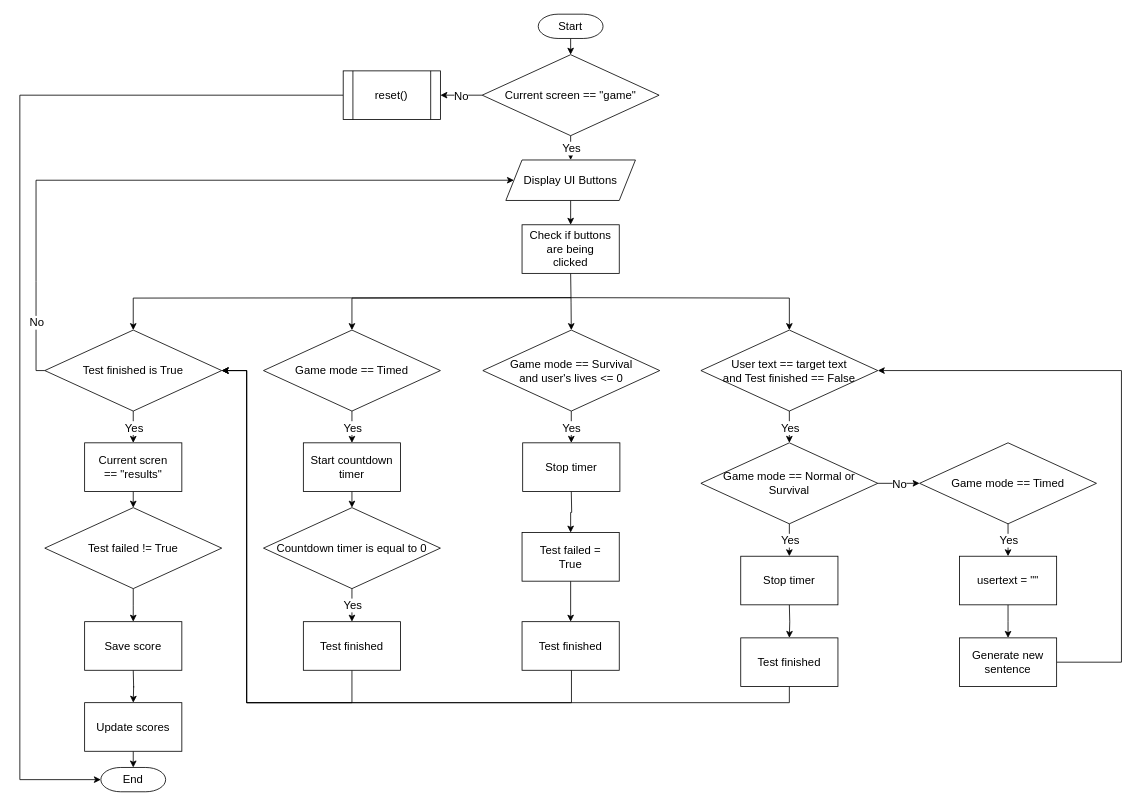
Above: diagrams/algorithms/testElementsAlgo.drawio in Bxnetic/wahtype (draw.io), before the change. Source tidied: cells renumbered, new cells numbered last; positions are measured from the earlier drawing's top-left corner, leaving out a move shared by most shapes. Both pictures are drawn from the tidied source at 81%, with x=0, y=0 at pixel (19, 14).
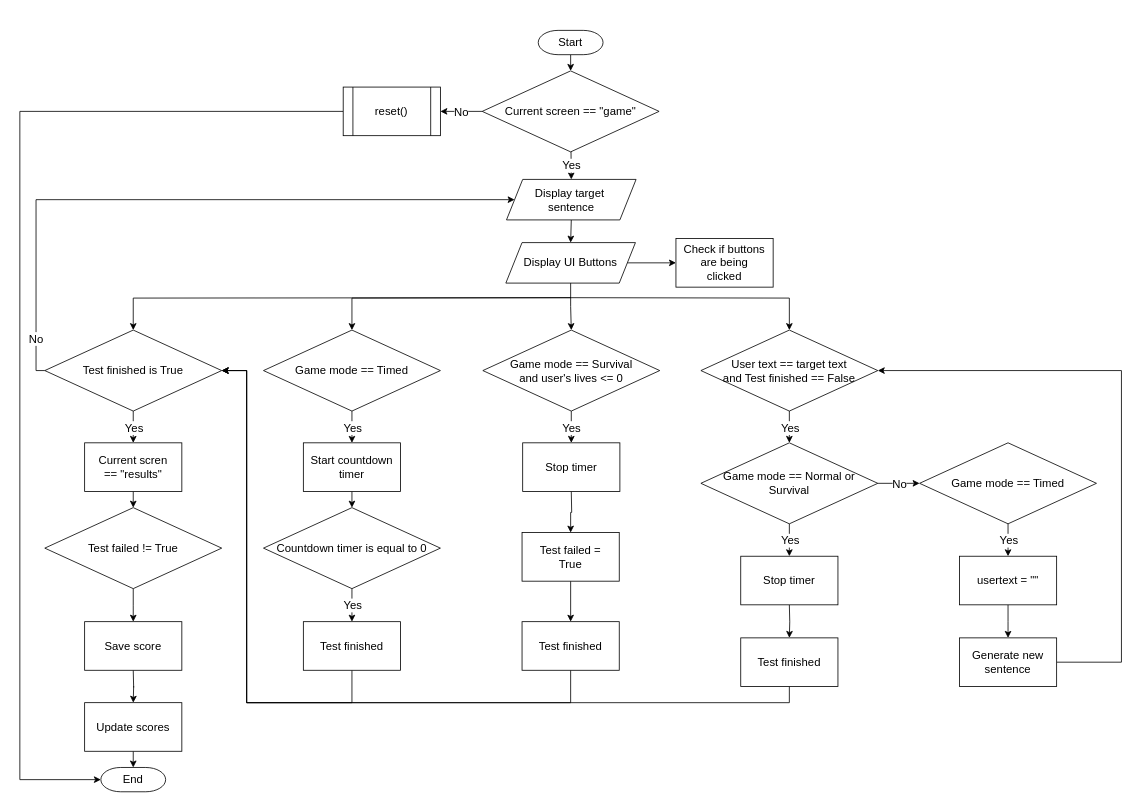
Above is the later version.

Unchanged cells that the change refers to:
```xml
<mxCell id="2" value="End" style="strokeWidth=1;html=1;shape=mxgraph.flowchart.terminator;whiteSpace=wrap;fontSize=14;" parent="1" vertex="1">
  <mxGeometry x="100" y="930" width="80" height="30" as="geometry" />
</mxCell>
<mxCell id="25" value="&lt;div&gt;Game mode == Survival&lt;/div&gt;&lt;div&gt;and user's lives &amp;lt;= 0&lt;/div&gt;" style="rhombus;html=1;spacing=9;spacingLeft=0;whiteSpace=wrap;labelPosition=center;verticalLabelPosition=middle;align=center;verticalAlign=middle;spacingBottom=0;gradientColor=none;fillColor=default;strokeColor=default;fontFamily=Helvetica;fontSize=14;fontColor=default;" parent="1" vertex="1">
  <mxGeometry x="571.6" y="390" width="218.4" height="100" as="geometry" />
</mxCell>
<mxCell id="32" value="Test finished" style="rounded=0;whiteSpace=wrap;html=1;strokeColor=default;align=center;verticalAlign=middle;spacingLeft=0;spacingBottom=0;spacing=9;fontFamily=Helvetica;fontSize=14;fontColor=default;fillColor=default;gradientColor=none;" parent="1" vertex="1">
  <mxGeometry x="620" y="750" width="120" height="60" as="geometry" />
</mxCell>
<mxCell id="36" value="Test finished is True" style="rhombus;html=1;spacing=9;spacingLeft=0;whiteSpace=wrap;labelPosition=center;verticalLabelPosition=middle;align=center;verticalAlign=middle;spacingBottom=0;gradientColor=none;fillColor=default;strokeColor=default;fontFamily=Helvetica;fontSize=14;fontColor=default;" parent="1" vertex="1">
  <mxGeometry x="30.8" y="390" width="218.4" height="100" as="geometry" />
</mxCell>
```

What changed in the source:
```diff
@@
     <mxCell id="3" value="Current screen == &quot;game&quot;" style="rhombus;whiteSpace=wrap;html=1;fontSize=14;" parent="1" vertex="1">
-      <mxGeometry x="570.8" y="50" width="218.4" height="100" as="geometry" />
+      <mxGeometry x="570.8" y="70" width="218.4" height="100" as="geometry" />
     </mxCell>
@@
-    <mxCell id="5" style="edgeStyle=orthogonalEdgeStyle;rounded=0;jettySize=auto;html=1;exitX=0.5;exitY=1;exitDx=0;exitDy=0;fontFamily=Helvetica;fontSize=14;fontColor=default;" parent="1" edge="1" target="25">
-      <mxGeometry relative="1" as="geometry">
-        <mxPoint x="680" y="320" as="sourcePoint" />
-      </mxGeometry>
-    </mxCell>
@@
-    <mxCell id="8" style="edgeStyle=orthogonalEdgeStyle;rounded=0;jettySize=auto;html=1;exitX=0.5;exitY=1;exitDx=0;exitDy=0;entryX=0.5;entryY=0;entryDx=0;entryDy=0;fontSize=14;" parent="1" edge="1" source="9">
-      <mxGeometry relative="1" as="geometry">
-        <mxPoint x="680" y="260" as="targetPoint" />
-      </mxGeometry>
+    <mxCell id="8" style="edgeStyle=orthogonalEdgeStyle;rounded=0;jettySize=auto;html=1;exitX=0.5;exitY=1;exitDx=0;exitDy=0;entryX=0.5;entryY=0;entryDx=0;entryDy=0;fontSize=14;" parent="1" edge="1" source="9" target="25">
+      <mxGeometry relative="1" as="geometry" />
     </mxCell>
+    <mxCell id="70" style="edgeStyle=orthogonalEdgeStyle;rounded=0;jettySize=auto;html=1;exitX=1;exitY=0.5;exitDx=0;exitDy=0;entryX=0;entryY=0.5;entryDx=0;entryDy=0;fontSize=14;" parent="1" edge="1" source="9" target="67">
+      <mxGeometry relative="1" as="geometry" />
+    </mxCell>
     <mxCell id="9" value="Display UI Buttons" style="shape=parallelogram;perimeter=parallelogramPerimeter;whiteSpace=wrap;html=1;fixedSize=1;fontSize=14;" parent="1" vertex="1">
-      <mxGeometry x="600" y="180" width="160" height="50" as="geometry" />
+      <mxGeometry x="600" y="282" width="160" height="50" as="geometry" />
     </mxCell>
@@
-    <mxCell id="11" style="endArrow=classic;html=1;rounded=0;entryX=0.5;entryY=0;entryDx=0;entryDy=0;fontSize=14;" parent="1" edge="1" source="3" target="9">
+    <mxCell id="11" style="endArrow=classic;html=1;rounded=0;entryX=0.5;entryY=0;entryDx=0;entryDy=0;fontSize=14;" parent="1" edge="1" source="3" target="72">
       <mxGeometry relative="1" as="geometry" />
     </mxCell>
@@
-    <mxCell id="31" style="edgeStyle=orthogonalEdgeStyle;rounded=0;jettySize=auto;html=1;exitX=0.5;exitY=1;exitDx=0;exitDy=0;entryX=1;entryY=0.5;entryDx=0;entryDy=0;fontSize=14;" parent="1" edge="1" source="32" target="36">
+    <mxCell id="31" style="edgeStyle=orthogonalEdgeStyle;rounded=0;jettySize=auto;html=1;exitX=0.5;exitY=1;exitDx=0;exitDy=0;entryX=1;entryY=0.5;entryDx=0;entryDy=0;" parent="1" edge="1" source="32" target="36">
       <mxGeometry relative="1" as="geometry">
         <Array as="points">
-          <mxPoint x="681" y="850" />
+          <mxPoint x="680" y="850" />
           <mxPoint x="280" y="850" />
           <mxPoint x="280" y="440" />
         </Array>
       </mxGeometry>
     </mxCell>
@@
     <mxCell id="52" style="edgeStyle=orthogonalEdgeStyle;rounded=0;jettySize=auto;html=1;exitX=0;exitY=0.5;exitDx=0;exitDy=0;entryX=0;entryY=0.5;entryDx=0;entryDy=0;entryPerimeter=0;fontSize=14;" parent="1" edge="1" source="53" target="2">
       <mxGeometry relative="1" as="geometry">
         <Array as="points">
-          <mxPoint y="100" />
+          <mxPoint y="120" />
           <mxPoint y="945" />
         </Array>
       </mxGeometry>
     </mxCell>
     <mxCell id="53" value="reset()" style="shape=process;whiteSpace=wrap;html=1;backgroundOutline=1;strokeColor=default;align=center;verticalAlign=middle;spacingLeft=0;spacingBottom=0;spacing=9;fontFamily=Helvetica;fontSize=14;fontColor=default;fillColor=default;gradientColor=none;" parent="1" vertex="1">
-      <mxGeometry x="399.2" y="70" width="120" height="60" as="geometry" />
+      <mxGeometry x="399.2" y="90" width="120" height="60" as="geometry" />
     </mxCell>
@@
     <mxCell id="55" value="Start" style="strokeWidth=1;html=1;shape=mxgraph.flowchart.terminator;whiteSpace=wrap;fontSize=14;" parent="1" vertex="1">
-      <mxGeometry x="640" width="80" height="30" as="geometry" />
+      <mxGeometry x="640" y="20" width="80" height="30" as="geometry" />
     </mxCell>
@@
-    <mxCell id="64" style="endArrow=classic;html=1;rounded=0;entryX=0;entryY=0.5;entryDx=0;entryDy=0;exitX=0;exitY=0.5;exitDx=0;exitDy=0;fontSize=14;" parent="1" edge="1" source="36" target="9">
-      <mxGeometry relative="1" as="geometry">
-        <Array as="points">
-          <mxPoint x="20" y="440" />
-          <mxPoint x="20" y="330" />
-          <mxPoint x="20" y="205" />
-        </Array>
-      </mxGeometry>
-    </mxCell>
-    <mxCell id="65" value="No" style="edgeLabel;html=1;align=center;verticalAlign=middle;fontSize=14;" parent="64" vertex="1">
-      <mxGeometry relative="1" as="geometry">
-        <mxPoint x="-172" y="175" as="offset" />
-      </mxGeometry>
-    </mxCell>
@@
     <mxCell id="67" value="Check if buttons are being clicked" style="rounded=0;whiteSpace=wrap;html=1;strokeColor=default;align=center;verticalAlign=middle;spacingLeft=0;spacingBottom=0;spacing=9;fontFamily=Helvetica;fontSize=14;fontColor=default;fillColor=default;gradientColor=none;" parent="1" vertex="1">
-      <mxGeometry x="620" y="260" width="120" height="60" as="geometry" />
+      <mxGeometry x="810" y="277" width="120" height="60" as="geometry" />
     </mxCell>
@@
+    <mxCell id="71" style="edgeStyle=orthogonalEdgeStyle;rounded=0;jettySize=auto;html=1;exitX=0.5;exitY=1;exitDx=0;exitDy=0;entryX=0.5;entryY=0;entryDx=0;entryDy=0;fontSize=14;" parent="1" edge="1" source="72" target="9">
+      <mxGeometry relative="1" as="geometry" />
+    </mxCell>
+    <mxCell id="72" value="&lt;div&gt;Display target&amp;nbsp;&lt;/div&gt;&lt;div&gt;sentence&lt;/div&gt;" style="shape=parallelogram;perimeter=parallelogramPerimeter;whiteSpace=wrap;html=1;fixedSize=1;fontSize=14;" parent="1" vertex="1">
+      <mxGeometry x="600.8" y="204" width="160" height="50" as="geometry" />
+    </mxCell>
+    <mxCell id="73" style="endArrow=classic;html=1;rounded=0;entryX=0;entryY=0.5;entryDx=0;entryDy=0;exitX=0;exitY=0.5;exitDx=0;exitDy=0;fontSize=14;" parent="1" edge="1" source="36" target="72">
+      <mxGeometry relative="1" as="geometry">
+        <Array as="points">
+          <mxPoint x="20" y="440" />
+          <mxPoint x="20" y="390" />
+          <mxPoint x="20" y="229" />
+        </Array>
+      </mxGeometry>
+    </mxCell>
+    <mxCell id="65" value="No" style="edgeLabel;html=1;align=center;verticalAlign=middle;fontSize=14;" parent="73" vertex="1">
+      <mxGeometry relative="1" as="geometry">
+        <mxPoint x="-185" y="171" as="offset" />
+      </mxGeometry>
+    </mxCell>
```
